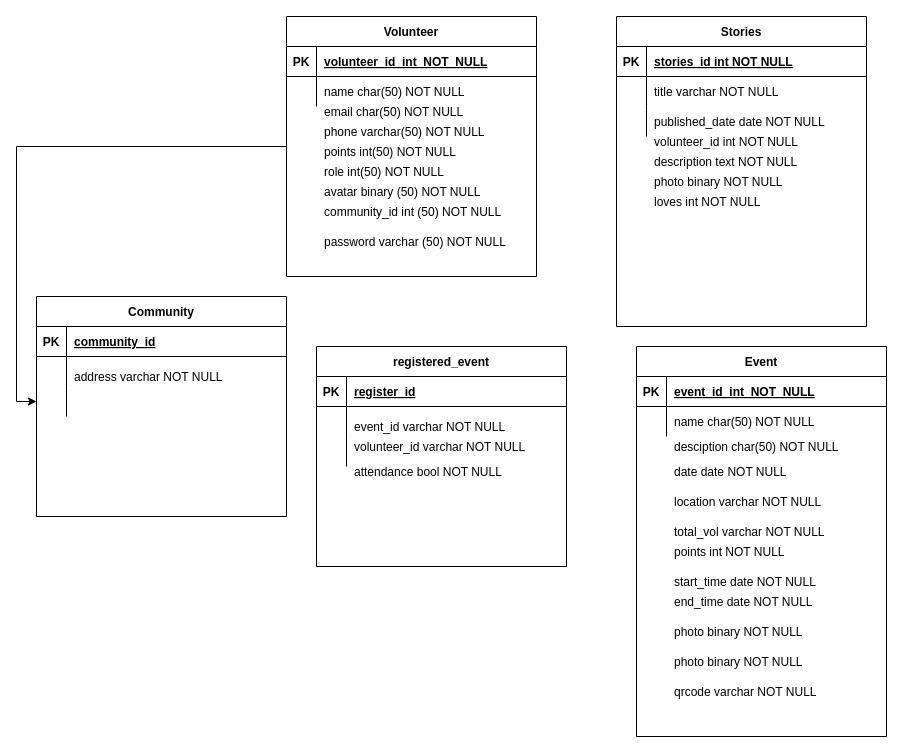
Above: titik-jumpa-db.drawio in TitikJumpa/titik-jumpa-db (draw.io), before the change. Source tidied: cells renumbered, new cells numbered last; positions are measured from the earlier drawing's top-left corner, leaving out a move shared by most shapes. Both pictures are drawn from the tidied source at 100%, with x=0, y=0 at pixel (36, 16).
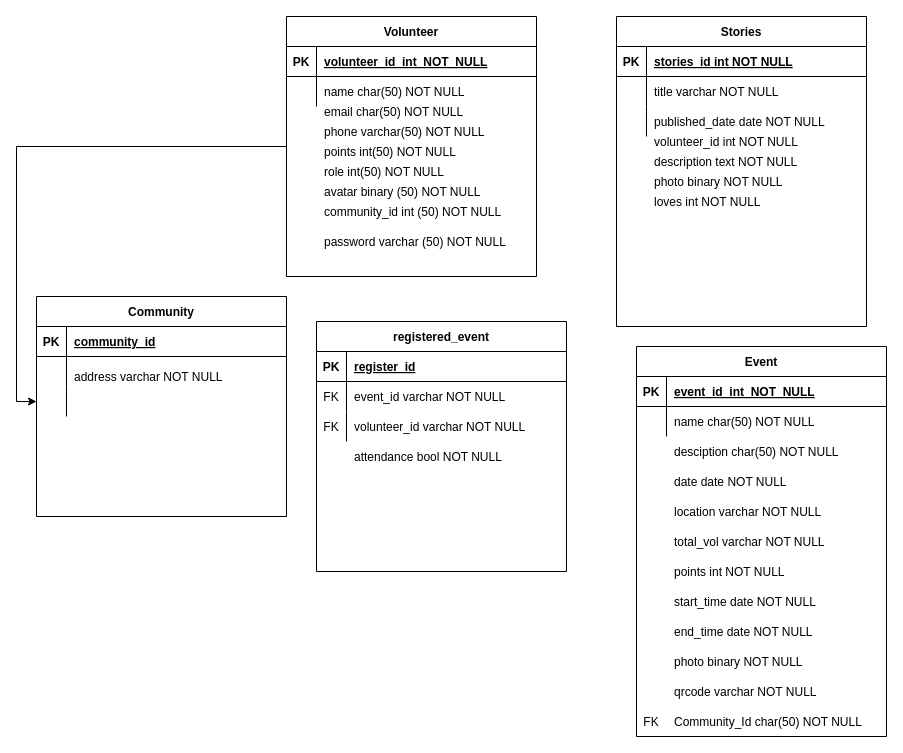
The same page after the edit.

Commit message:
Add event table have comunnity ID

Unchanged cells that the change refers to:
```xml
<mxCell id="64" style="shape=partialRectangle;fillColor=none;top=0;left=0;right=0;bottom=0;" parent="60" vertex="1">
  <mxGeometry y="60" width="250" height="30" as="geometry" />
</mxCell>
<mxCell id="67" style="shape=partialRectangle;fillColor=none;top=0;left=0;right=0;bottom=0;" parent="60" vertex="1">
  <mxGeometry y="90" width="250" height="30" as="geometry" />
</mxCell>
```

The edit, as a diff of the source:
```diff
@@
     <mxCell id="37" value="desciption char(50) NOT NULL" style="shape=partialRectangle;overflow=hidden;fillColor=none;top=0;left=0;bottom=0;right=0;align=left;spacingLeft=6;" parent="1" vertex="1">
-      <mxGeometry x="630" y="415" width="220" height="30" as="geometry" />
+      <mxGeometry x="630" y="420" width="220" height="30" as="geometry" />
     </mxCell>
     <mxCell id="38" value="date date NOT NULL" style="shape=partialRectangle;overflow=hidden;fillColor=none;top=0;left=0;bottom=0;right=0;align=left;spacingLeft=6;" parent="1" vertex="1">
-      <mxGeometry x="630" y="440" width="220" height="30" as="geometry" />
+      <mxGeometry x="630" y="450" width="220" height="30" as="geometry" />
     </mxCell>
     <mxCell id="39" value="location varchar NOT NULL" style="shape=partialRectangle;overflow=hidden;fillColor=none;top=0;left=0;bottom=0;right=0;align=left;spacingLeft=6;" parent="1" vertex="1">
-      <mxGeometry x="630" y="470" width="220" height="30" as="geometry" />
+      <mxGeometry x="630" y="480" width="220" height="30" as="geometry" />
     </mxCell>
     <mxCell id="40" value="total_vol varchar NOT NULL" style="shape=partialRectangle;overflow=hidden;fillColor=none;top=0;left=0;bottom=0;right=0;align=left;spacingLeft=6;" parent="1" vertex="1">
-      <mxGeometry x="630" y="500" width="220" height="30" as="geometry" />
+      <mxGeometry x="630" y="510" width="220" height="30" as="geometry" />
     </mxCell>
     <mxCell id="41" value="points int NOT NULL" style="shape=partialRectangle;overflow=hidden;fillColor=none;top=0;left=0;bottom=0;right=0;align=left;spacingLeft=6;" parent="1" vertex="1">
-      <mxGeometry x="630" y="520" width="220" height="30" as="geometry" />
+      <mxGeometry x="630" y="540" width="220" height="30" as="geometry" />
     </mxCell>
     <mxCell id="42" value="start_time date NOT NULL" style="shape=partialRectangle;overflow=hidden;fillColor=none;top=0;left=0;bottom=0;right=0;align=left;spacingLeft=6;" parent="1" vertex="1">
-      <mxGeometry x="630" y="550" width="220" height="30" as="geometry" />
+      <mxGeometry x="630" y="570" width="220" height="30" as="geometry" />
     </mxCell>
     <mxCell id="43" value="end_time date NOT NULL" style="shape=partialRectangle;overflow=hidden;fillColor=none;top=0;left=0;bottom=0;right=0;align=left;spacingLeft=6;" parent="1" vertex="1">
-      <mxGeometry x="630" y="570" width="220" height="30" as="geometry" />
+      <mxGeometry x="630" y="600" width="220" height="30" as="geometry" />
     </mxCell>
     <mxCell id="44" value="photo binary NOT NULL" style="shape=partialRectangle;overflow=hidden;fillColor=none;top=0;left=0;bottom=0;right=0;align=left;spacingLeft=6;" parent="1" vertex="1">
-      <mxGeometry x="630" y="600" width="220" height="30" as="geometry" />
+      <mxGeometry x="630" y="630" width="220" height="30" as="geometry" />
     </mxCell>
-    <mxCell id="45" value="photo binary NOT NULL" style="shape=partialRectangle;overflow=hidden;fillColor=none;top=0;left=0;bottom=0;right=0;align=left;spacingLeft=6;" parent="1" vertex="1">
-      <mxGeometry x="630" y="630" width="220" height="30" as="geometry" />
-    </mxCell>
@@
     <mxCell id="59" style="group;" parent="1" vertex="1">
-      <mxGeometry x="280" y="330" width="250" height="220" as="geometry" />
+      <mxGeometry x="280" y="305" width="250" height="250" as="geometry" />
     </mxCell>
     <mxCell id="60" value="registered_event" style="shape=table;startSize=30;childLayout=tableLayout;rowLines=0;fontStyle=1;align=center;" parent="59" vertex="1">
-      <mxGeometry width="250" height="220" as="geometry" />
+      <mxGeometry width="250" height="250" as="geometry" />
     </mxCell>
@@
-    <mxCell id="65" style="shape=partialRectangle;overflow=hidden;fillColor=none;top=0;left=0;bottom=0;right=0;" parent="64" vertex="1">
+    <mxCell id="65" value="FK" style="shape=partialRectangle;overflow=hidden;fillColor=none;top=0;left=0;bottom=0;right=0;" parent="64" vertex="1">
       <mxGeometry width="30" height="30" as="geometry" />
     </mxCell>
@@
-    <mxCell id="68" style="shape=partialRectangle;overflow=hidden;fillColor=none;top=0;left=0;bottom=0;right=0;" parent="67" vertex="1">
+    <mxCell id="68" value="FK" style="shape=partialRectangle;overflow=hidden;fillColor=none;top=0;left=0;bottom=0;right=0;" parent="67" vertex="1">
       <mxGeometry width="30" height="30" as="geometry" />
     </mxCell>
@@
     <mxCell id="70" value="event_id varchar NOT NULL" style="shape=partialRectangle;overflow=hidden;fillColor=none;top=0;left=0;bottom=0;right=0;align=left;spacingLeft=6;" parent="59" vertex="1">
-      <mxGeometry x="30" y="65" width="220" height="30" as="geometry" />
+      <mxGeometry x="30" y="60" width="220" height="30" as="geometry" />
     </mxCell>
     <mxCell id="71" value="volunteer_id varchar NOT NULL" style="shape=partialRectangle;overflow=hidden;fillColor=none;top=0;left=0;bottom=0;right=0;align=left;spacingLeft=6;" parent="59" vertex="1">
-      <mxGeometry x="30" y="85" width="220" height="30" as="geometry" />
+      <mxGeometry x="30" y="90" width="220" height="30" as="geometry" />
     </mxCell>
     <mxCell id="72" value="attendance bool NOT NULL" style="shape=partialRectangle;overflow=hidden;fillColor=none;top=0;left=0;bottom=0;right=0;align=left;spacingLeft=6;" parent="59" vertex="1">
-      <mxGeometry x="30" y="110" width="220" height="30" as="geometry" />
+      <mxGeometry x="30" y="120" width="220" height="30" as="geometry" />
     </mxCell>
@@
+    <mxCell id="74" style="shape=partialRectangle;fillColor=none;top=0;left=0;right=0;bottom=0;" parent="1" vertex="1">
+      <mxGeometry x="600" y="690" width="250" height="30" as="geometry" />
+    </mxCell>
+    <mxCell id="75" value="FK" style="shape=partialRectangle;overflow=hidden;fillColor=none;top=0;left=0;bottom=0;right=0;" parent="74" vertex="1">
+      <mxGeometry width="30" height="30" as="geometry" />
+    </mxCell>
+    <mxCell id="76" value="Community_Id char(50) NOT NULL" style="shape=partialRectangle;overflow=hidden;fillColor=none;top=0;left=0;bottom=0;right=0;align=left;spacingLeft=6;" parent="74" vertex="1">
+      <mxGeometry x="30" width="220" height="30" as="geometry" />
+    </mxCell>
```
